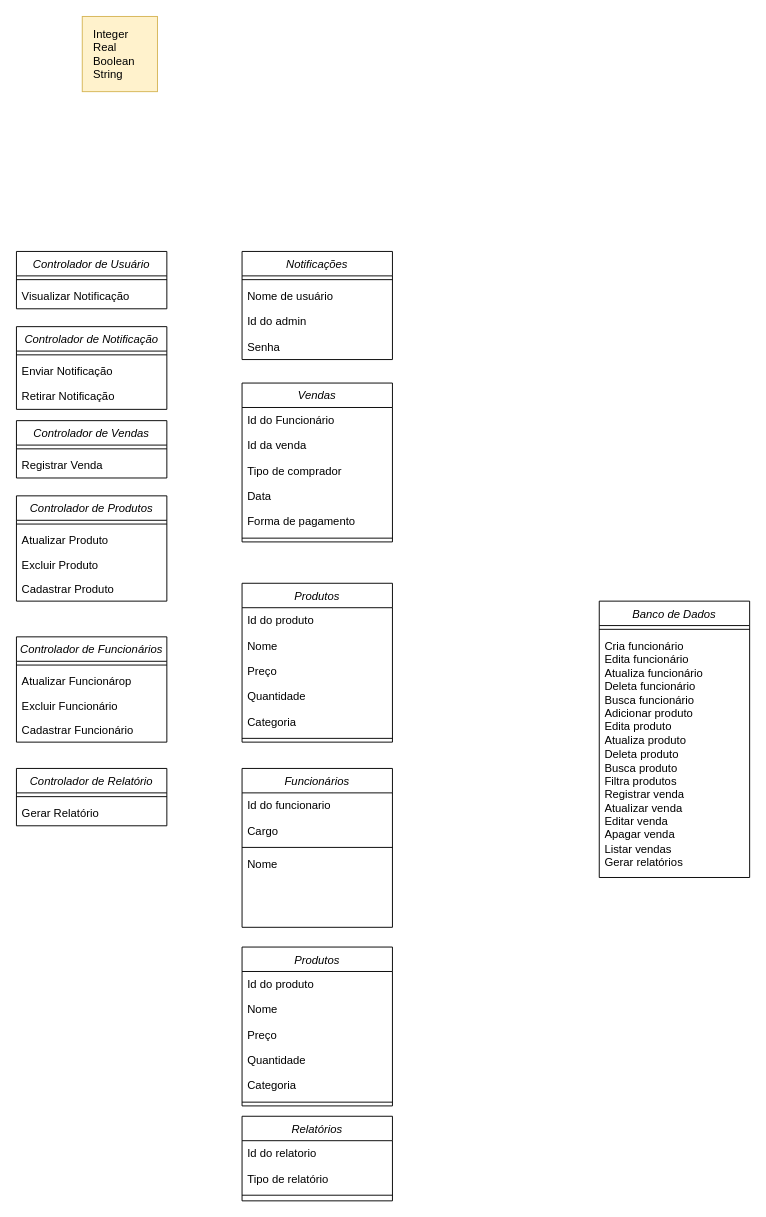
Earlier version of the draw.io diagram Diagrama de Classe.drawio (belleruivo/cantina-fatore). Source tidied: cells renumbered, new cells numbered last; positions are measured from the earlier drawing's top-left corner, leaving out a move shared by most shapes. Both pictures are drawn from the tidied source at 94%, with x=0, y=0 at pixel (16, 16).
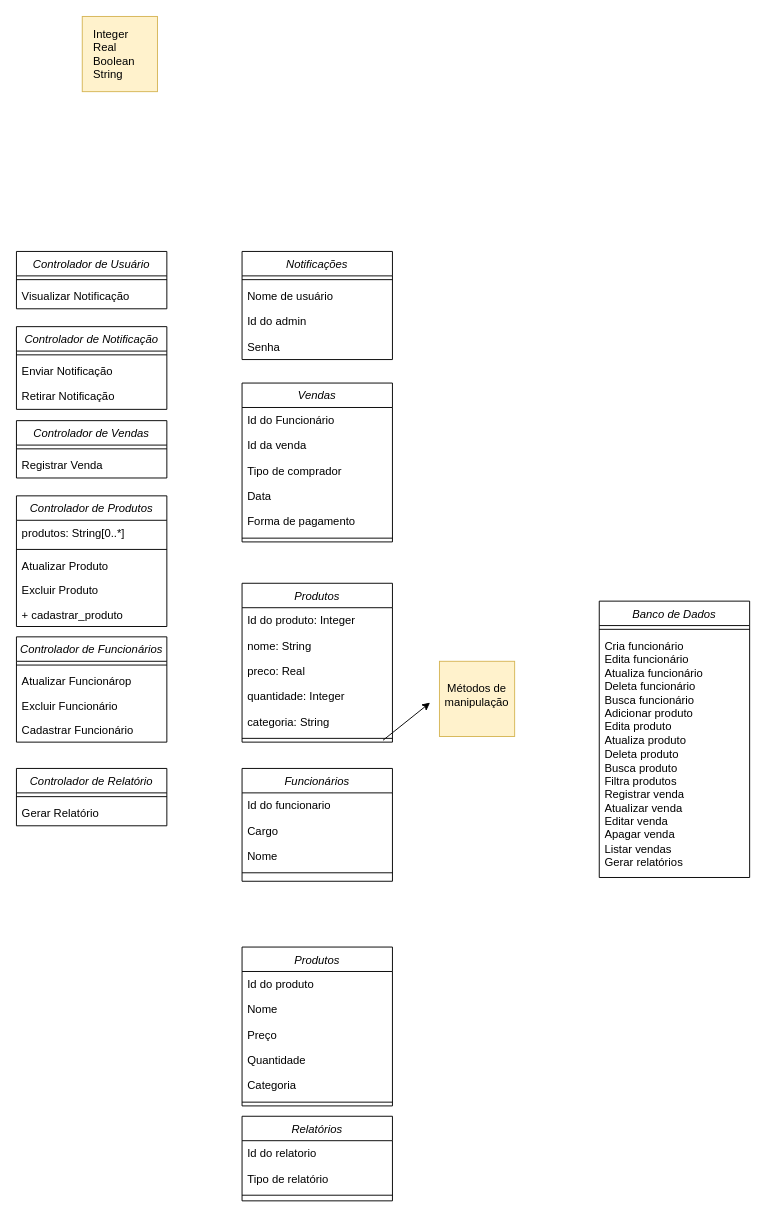
The same diagram, later.

The change refers to these unchanged cells:
```xml
<mxCell id="37" value="Produtos" style="swimlane;fontStyle=2;align=center;verticalAlign=top;horizontal=1;startSize=26;rounded=0;shadow=0;strokeWidth=1;" parent="1" vertex="1">
  <mxGeometry x="240" y="603" width="160" height="169" as="geometry" />
</mxCell>
```

The edit, as a diff of the source:
```diff
@@
     <mxCell id="2" value="Controlador de Produtos" style="swimlane;fontStyle=2;align=center;verticalAlign=top;horizontal=1;startSize=26;rounded=0;shadow=0;strokeWidth=1;" parent="1" vertex="1">
-      <mxGeometry y="510" width="160" height="112" as="geometry" />
+      <mxGeometry y="510" width="160" height="139" as="geometry" />
     </mxCell>
+    <mxCell id="65" value="produtos: String[0..*]" style="text;strokeColor=none;fillColor=none;align=left;verticalAlign=top;spacingLeft=4;spacingRight=4;overflow=hidden;" parent="2" vertex="1">
+      <mxGeometry y="26" width="160" height="27" as="geometry" />
+    </mxCell>
     <mxCell id="3" style="line;html=1;strokeWidth=1;align=left;verticalAlign=middle;spacingTop=-1;spacingLeft=3;spacingRight=3;labelPosition=right;" parent="2" vertex="1">
-      <mxGeometry y="26" width="160" height="8" as="geometry" />
+      <mxGeometry y="53" width="160" height="8" as="geometry" />
     </mxCell>
     <mxCell id="4" value="Atualizar Produto" style="text;align=left;verticalAlign=top;spacingLeft=4;spacingRight=4;overflow=hidden;rounded=0;shadow=0;html=0;" parent="2" vertex="1">
-      <mxGeometry y="34" width="160" height="26" as="geometry" />
+      <mxGeometry y="61" width="160" height="26" as="geometry" />
     </mxCell>
     <mxCell id="5" value="Excluir Produto" style="text;align=left;verticalAlign=top;spacingLeft=4;spacingRight=4;overflow=hidden;rounded=0;shadow=0;html=0;" parent="2" vertex="1">
-      <mxGeometry y="60" width="160" height="26" as="geometry" />
+      <mxGeometry y="87" width="160" height="26" as="geometry" />
     </mxCell>
-    <mxCell id="6" value="Cadastrar Produto" style="text;align=left;verticalAlign=top;spacingLeft=4;spacingRight=4;overflow=hidden;" parent="2" vertex="1">
-      <mxGeometry y="86" width="160" height="26" as="geometry" />
+    <mxCell id="6" value="+ cadastrar_produto" style="text;align=left;verticalAlign=top;spacingLeft=4;spacingRight=4;overflow=hidden;" parent="2" vertex="1">
+      <mxGeometry y="113" width="160" height="26" as="geometry" />
     </mxCell>
@@
-    <mxCell id="38" value="Id do produto" style="text;strokeColor=none;fillColor=none;align=left;verticalAlign=top;spacingLeft=4;spacingRight=4;overflow=hidden;" parent="37" vertex="1">
+    <mxCell id="38" value="Id do produto: Integer" style="text;strokeColor=none;fillColor=none;align=left;verticalAlign=top;spacingLeft=4;spacingRight=4;overflow=hidden;" parent="37" vertex="1">
       <mxGeometry y="26" width="160" height="27" as="geometry" />
     </mxCell>
-    <mxCell id="39" value="Nome" style="text;strokeColor=none;fillColor=none;align=left;verticalAlign=top;spacingLeft=4;spacingRight=4;overflow=hidden;" parent="37" vertex="1">
+    <mxCell id="39" value="nome: String" style="text;strokeColor=none;fillColor=none;align=left;verticalAlign=top;spacingLeft=4;spacingRight=4;overflow=hidden;" parent="37" vertex="1">
       <mxGeometry y="53" width="160" height="27" as="geometry" />
     </mxCell>
-    <mxCell id="40" value="Preço" style="text;strokeColor=none;fillColor=none;align=left;verticalAlign=top;spacingLeft=4;spacingRight=4;overflow=hidden;" parent="37" vertex="1">
+    <mxCell id="40" value="preco: Real" style="text;strokeColor=none;fillColor=none;align=left;verticalAlign=top;spacingLeft=4;spacingRight=4;overflow=hidden;" parent="37" vertex="1">
       <mxGeometry y="80" width="160" height="27" as="geometry" />
     </mxCell>
+    <mxCell id="66" style="endArrow=classic;html=1;rounded=0;fillColor=#fff2cc;strokeColor=#000000;" parent="37" edge="1">
+      <mxGeometry relative="1" as="geometry">
+        <mxPoint x="150" y="167" as="sourcePoint" />
+        <mxPoint x="200" y="127" as="targetPoint" />
+      </mxGeometry>
+    </mxCell>
-    <mxCell id="41" value="Quantidade" style="text;strokeColor=none;fillColor=none;align=left;verticalAlign=top;spacingLeft=4;spacingRight=4;overflow=hidden;" parent="37" vertex="1">
+    <mxCell id="41" value="quantidade: Integer" style="text;strokeColor=none;fillColor=none;align=left;verticalAlign=top;spacingLeft=4;spacingRight=4;overflow=hidden;" parent="37" vertex="1">
       <mxGeometry y="107" width="160" height="27" as="geometry" />
     </mxCell>
-    <mxCell id="42" value="Categoria" style="text;strokeColor=none;fillColor=none;align=left;verticalAlign=top;spacingLeft=4;spacingRight=4;overflow=hidden;" parent="37" vertex="1">
+    <mxCell id="42" value="categoria: String" style="text;strokeColor=none;fillColor=none;align=left;verticalAlign=top;spacingLeft=4;spacingRight=4;overflow=hidden;" parent="37" vertex="1">
       <mxGeometry y="134" width="160" height="27" as="geometry" />
     </mxCell>
@@
     <mxCell id="44" value="Funcionários" style="swimlane;fontStyle=2;align=center;verticalAlign=top;horizontal=1;startSize=26;rounded=0;shadow=0;strokeWidth=1;" parent="1" vertex="1">
-      <mxGeometry x="240" y="800" width="160" height="169" as="geometry" />
+      <mxGeometry x="240" y="800" width="160" height="120" as="geometry" />
     </mxCell>
@@
+    <mxCell id="48" value="Nome" style="text;strokeColor=none;fillColor=none;align=left;verticalAlign=top;spacingLeft=4;spacingRight=4;overflow=hidden;" parent="44" vertex="1">
+      <mxGeometry y="80" width="160" height="27" as="geometry" />
+    </mxCell>
     <mxCell id="47" style="line;html=1;strokeWidth=1;align=left;verticalAlign=middle;spacingTop=-1;spacingLeft=3;spacingRight=3;labelPosition=right;" parent="44" vertex="1">
-      <mxGeometry y="80" width="160" height="8" as="geometry" />
+      <mxGeometry y="107" width="160" height="8" as="geometry" />
     </mxCell>
-    <mxCell id="48" value="Nome" style="text;strokeColor=none;fillColor=none;align=left;verticalAlign=top;spacingLeft=4;spacingRight=4;overflow=hidden;" parent="44" vertex="1">
-      <mxGeometry y="88" width="160" height="27" as="geometry" />
-    </mxCell>
@@
+    <mxCell id="67" style="whiteSpace=wrap;html=1;fillColor=#fff2cc;strokeColor=#d6b656;" parent="1" vertex="1">
+      <mxGeometry x="450" y="686" width="80" height="80" as="geometry" />
+    </mxCell>
+    <mxCell id="68" value="Métodos de manipulação" style="text;html=1;align=center;verticalAlign=middle;whiteSpace=wrap;rounded=0;" parent="1" vertex="1">
+      <mxGeometry x="460" y="707" width="60" height="30" as="geometry" />
+    </mxCell>
```
